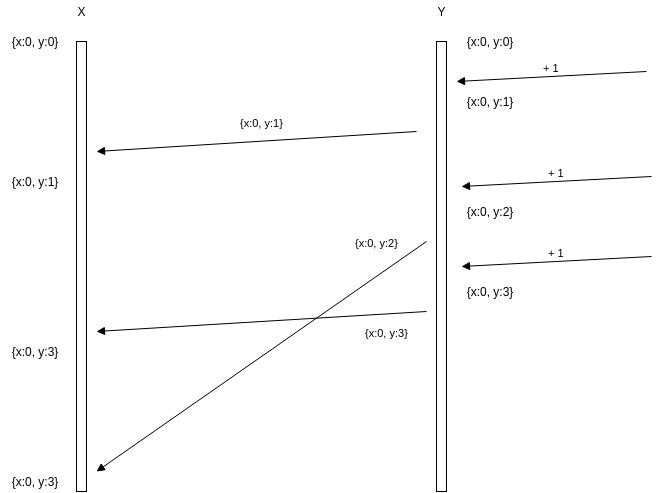
rcristian/CRDTIntro keeps this draw.io diagram as Increment-only-state-based-counter.png. Above is the earlier version. Source tidied: cells renumbered, new cells last; positions are measured from the earlier drawing's top-left corner, leaving out a move shared by most shapes.
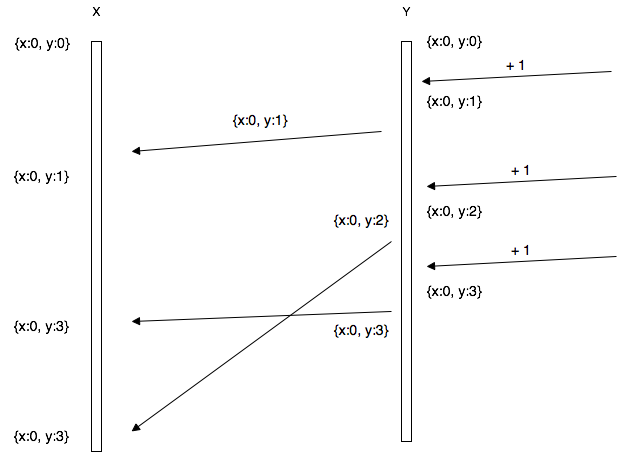
Later version of the same file.

Diff of the diagram source:
```diff
@@ -3,78 +3,78 @@
     <mxCell id="0" />
     <mxCell id="1" parent="0" />
     <mxCell id="2" style="html=1;perimeter=orthogonalPerimeter;" parent="1" vertex="1">
-      <mxGeometry x="75" y="40" width="10" height="450" as="geometry" />
+      <mxGeometry x="125" y="40" width="10" height="410" as="geometry" />
     </mxCell>
     <mxCell id="3" style="html=1;perimeter=orthogonalPerimeter;" parent="1" vertex="1">
-      <mxGeometry x="435" y="40" width="10" height="450" as="geometry" />
+      <mxGeometry x="435" y="40" width="10" height="400" as="geometry" />
     </mxCell>
     <mxCell id="4" value="X" style="text;html=1;strokeColor=none;fillColor=none;align=center;verticalAlign=middle;whiteSpace=wrap;overflow=hidden;" parent="1" vertex="1">
-      <mxGeometry x="60" width="40" height="20" as="geometry" />
+      <mxGeometry x="110" width="40" height="20" as="geometry" />
     </mxCell>
     <mxCell id="5" value="Y" style="text;html=1;strokeColor=none;fillColor=none;align=center;verticalAlign=middle;whiteSpace=wrap;overflow=hidden;" parent="1" vertex="1">
       <mxGeometry x="420" width="40" height="20" as="geometry" />
     </mxCell>
-    <mxCell id="6" value="{x:0, y:0}" style="text;html=1;strokeColor=none;fillColor=none;align=center;verticalAlign=middle;whiteSpace=wrap;overflow=hidden;" parent="1" vertex="1">
-      <mxGeometry x="5" y="30" width="55" height="20" as="geometry" />
+    <mxCell id="6" value="&lt;font style=&quot;font-size: 14px&quot;&gt;{x:0, y:0}&lt;/font&gt;" style="text;html=1;strokeColor=none;fillColor=none;align=center;verticalAlign=middle;whiteSpace=wrap;overflow=hidden;" parent="1" vertex="1">
+      <mxGeometry x="38" y="22" width="75" height="40" as="geometry" />
     </mxCell>
-    <mxCell id="7" value="{x:0, y:0}" style="text;html=1;strokeColor=none;fillColor=none;align=center;verticalAlign=middle;whiteSpace=wrap;overflow=hidden;" parent="1" vertex="1">
+    <mxCell id="7" value="&lt;font style=&quot;font-size: 14px&quot;&gt;{x:0, y:0}&lt;/font&gt;" style="text;html=1;strokeColor=none;fillColor=none;align=center;verticalAlign=middle;whiteSpace=wrap;overflow=hidden;" parent="1" vertex="1">
       <mxGeometry x="455" y="30" width="65" height="20" as="geometry" />
     </mxCell>
-    <mxCell id="8" value="+ 1" style="html=1;verticalAlign=bottom;endArrow=block;" parent="1" edge="1">
+    <mxCell id="8" value="&lt;font style=&quot;font-size: 14px&quot;&gt;+ 1&lt;/font&gt;" style="html=1;verticalAlign=bottom;endArrow=block;" parent="1" edge="1">
       <mxGeometry relative="1" as="geometry">
         <mxPoint x="645" y="70" as="sourcePoint" />
         <mxPoint x="455" y="80" as="targetPoint" />
       </mxGeometry>
     </mxCell>
-    <mxCell id="9" value="{x:0, y:1}" style="text;html=1;strokeColor=none;fillColor=none;align=center;verticalAlign=middle;whiteSpace=wrap;overflow=hidden;" parent="1" vertex="1">
+    <mxCell id="9" value="&lt;font style=&quot;font-size: 14px&quot;&gt;{x:0, y:1}&lt;/font&gt;" style="text;html=1;strokeColor=none;fillColor=none;align=center;verticalAlign=middle;whiteSpace=wrap;overflow=hidden;" parent="1" vertex="1">
       <mxGeometry x="455" y="90" width="65" height="20" as="geometry" />
     </mxCell>
-    <mxCell id="10" value="{x:0, y:1}" style="html=1;verticalAlign=bottom;endArrow=block;" parent="1" edge="1">
+    <mxCell id="10" value="&lt;font style=&quot;font-size: 14px&quot;&gt;{x:0, y:1}&lt;/font&gt;" style="html=1;verticalAlign=bottom;endArrow=block;" parent="1" edge="1">
       <mxGeometry x="-0.04" y="-10" relative="1" as="geometry">
         <mxPoint x="415" y="130" as="sourcePoint" />
-        <mxPoint x="95" y="150" as="targetPoint" />
+        <mxPoint x="165" y="150" as="targetPoint" />
       </mxGeometry>
     </mxCell>
-    <mxCell id="11" value="{x:0, y:1}" style="text;html=1;strokeColor=none;fillColor=none;align=center;verticalAlign=middle;whiteSpace=wrap;overflow=hidden;" parent="1" vertex="1">
-      <mxGeometry y="170" width="65" height="20" as="geometry" />
+    <mxCell id="11" value="&lt;font style=&quot;font-size: 14px&quot;&gt;{x:0, y:1}&lt;/font&gt;" style="text;html=1;strokeColor=none;fillColor=none;align=center;verticalAlign=middle;whiteSpace=wrap;overflow=hidden;" parent="1" vertex="1">
+      <mxGeometry x="35" y="160" width="80" height="30" as="geometry" />
     </mxCell>
-    <mxCell id="12" value="+ 1" style="html=1;verticalAlign=bottom;endArrow=block;" parent="1" edge="1">
+    <mxCell id="12" value="&lt;font style=&quot;font-size: 14px&quot;&gt;+ 1&lt;/font&gt;" style="html=1;verticalAlign=bottom;endArrow=block;" parent="1" edge="1">
       <mxGeometry x="525" y="205" as="geometry">
         <mxPoint x="650" y="175" as="sourcePoint" />
         <mxPoint x="460" y="185" as="targetPoint" />
       </mxGeometry>
     </mxCell>
-    <mxCell id="13" value="+ 1" style="html=1;verticalAlign=bottom;endArrow=block;" parent="1" edge="1">
+    <mxCell id="13" value="&lt;font style=&quot;font-size: 14px&quot;&gt;+ 1&lt;/font&gt;" style="html=1;verticalAlign=bottom;endArrow=block;" parent="1" edge="1">
       <mxGeometry x="525" y="285" as="geometry">
         <mxPoint x="650" y="255" as="sourcePoint" />
         <mxPoint x="460" y="265" as="targetPoint" />
       </mxGeometry>
     </mxCell>
-    <mxCell id="14" value="{x:0, y:2}" style="text;html=1;strokeColor=none;fillColor=none;align=center;verticalAlign=middle;whiteSpace=wrap;overflow=hidden;" parent="1" vertex="1">
+    <mxCell id="14" value="&lt;font style=&quot;font-size: 14px&quot;&gt;{x:0, y:2}&lt;/font&gt;" style="text;html=1;strokeColor=none;fillColor=none;align=center;verticalAlign=middle;whiteSpace=wrap;overflow=hidden;" parent="1" vertex="1">
       <mxGeometry x="455" y="200" width="65" height="20" as="geometry" />
     </mxCell>
-    <mxCell id="15" value="{x:0, y:3}" style="text;html=1;strokeColor=none;fillColor=none;align=center;verticalAlign=middle;whiteSpace=wrap;overflow=hidden;" parent="1" vertex="1">
+    <mxCell id="15" value="&lt;font style=&quot;font-size: 14px&quot;&gt;{x:0, y:3}&lt;/font&gt;" style="text;html=1;strokeColor=none;fillColor=none;align=center;verticalAlign=middle;whiteSpace=wrap;overflow=hidden;" parent="1" vertex="1">
       <mxGeometry x="455" y="280" width="65" height="20" as="geometry" />
     </mxCell>
-    <mxCell id="16" value="{x:0, y:2}" style="html=1;verticalAlign=bottom;endArrow=block;" parent="1" edge="1">
-      <mxGeometry x="5" y="30" as="geometry">
+    <mxCell id="16" value="&lt;font style=&quot;font-size: 14px&quot;&gt;{x:0, y:2}&lt;/font&gt;" style="html=1;verticalAlign=bottom;endArrow=block;" parent="1" edge="1">
+      <mxGeometry as="geometry">
         <mxPoint x="425" y="240" as="sourcePoint" />
-        <mxPoint x="95" y="470" as="targetPoint" />
-        <mxPoint x="115" y="-105" as="offset" />
+        <mxPoint x="165" y="430" as="targetPoint" />
+        <mxPoint x="100" y="-105" as="offset" />
       </mxGeometry>
     </mxCell>
-    <mxCell id="17" value="{x:0, y:3}" style="html=1;verticalAlign=bottom;endArrow=block;" parent="1" edge="1">
+    <mxCell id="17" value="&lt;font style=&quot;font-size: 14px&quot;&gt;{x:0, y:3}&lt;/font&gt;" style="html=1;verticalAlign=bottom;endArrow=block;" parent="1" edge="1">
       <mxGeometry as="geometry">
         <mxPoint x="425" y="310" as="sourcePoint" />
-        <mxPoint x="95" y="330" as="targetPoint" />
-        <mxPoint x="125" y="20" as="offset" />
+        <mxPoint x="165" y="320" as="targetPoint" />
+        <mxPoint x="100" y="25" as="offset" />
       </mxGeometry>
     </mxCell>
-    <mxCell id="18" value="{x:0, y:3}" style="text;html=1;strokeColor=none;fillColor=none;align=center;verticalAlign=middle;whiteSpace=wrap;overflow=hidden;" parent="1" vertex="1">
-      <mxGeometry y="340" width="65" height="20" as="geometry" />
+    <mxCell id="18" value="&lt;font style=&quot;font-size: 14px&quot;&gt;{x:0, y:3}&lt;/font&gt;" style="text;html=1;strokeColor=none;fillColor=none;align=center;verticalAlign=middle;whiteSpace=wrap;overflow=hidden;" parent="1" vertex="1">
+      <mxGeometry x="35" y="310" width="80" height="30" as="geometry" />
     </mxCell>
-    <mxCell id="19" value="{x:0, y:3}" style="text;html=1;strokeColor=none;fillColor=none;align=center;verticalAlign=middle;whiteSpace=wrap;overflow=hidden;" parent="1" vertex="1">
-      <mxGeometry y="470" width="65" height="20" as="geometry" />
+    <mxCell id="19" value="&lt;font style=&quot;font-size: 14px&quot;&gt;{x:0, y:3}&lt;/font&gt;" style="text;html=1;strokeColor=none;fillColor=none;align=center;verticalAlign=middle;whiteSpace=wrap;overflow=hidden;" parent="1" vertex="1">
+      <mxGeometry x="35" y="420" width="80" height="30" as="geometry" />
     </mxCell>
   </root>
 </mxGraphModel>
```
